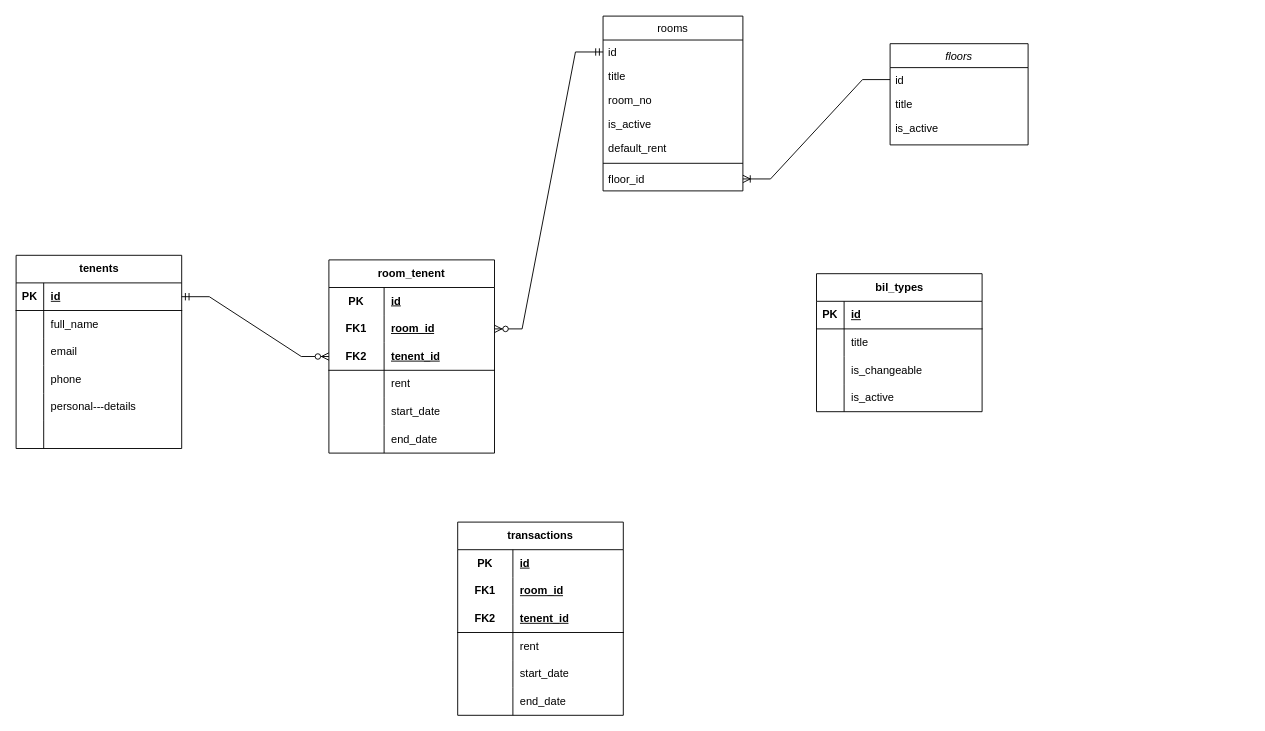
This is Untitled Diagram.drawio from grim-firefly/storage, a draw.io file, before an edit. Source tidied: cells renumbered, new cells numbered last; positions are measured from the earlier drawing's top-left corner, leaving out a move shared by most shapes. Both pictures are drawn from the tidied source at 92%, with x=0, y=0 at pixel (16, 16).
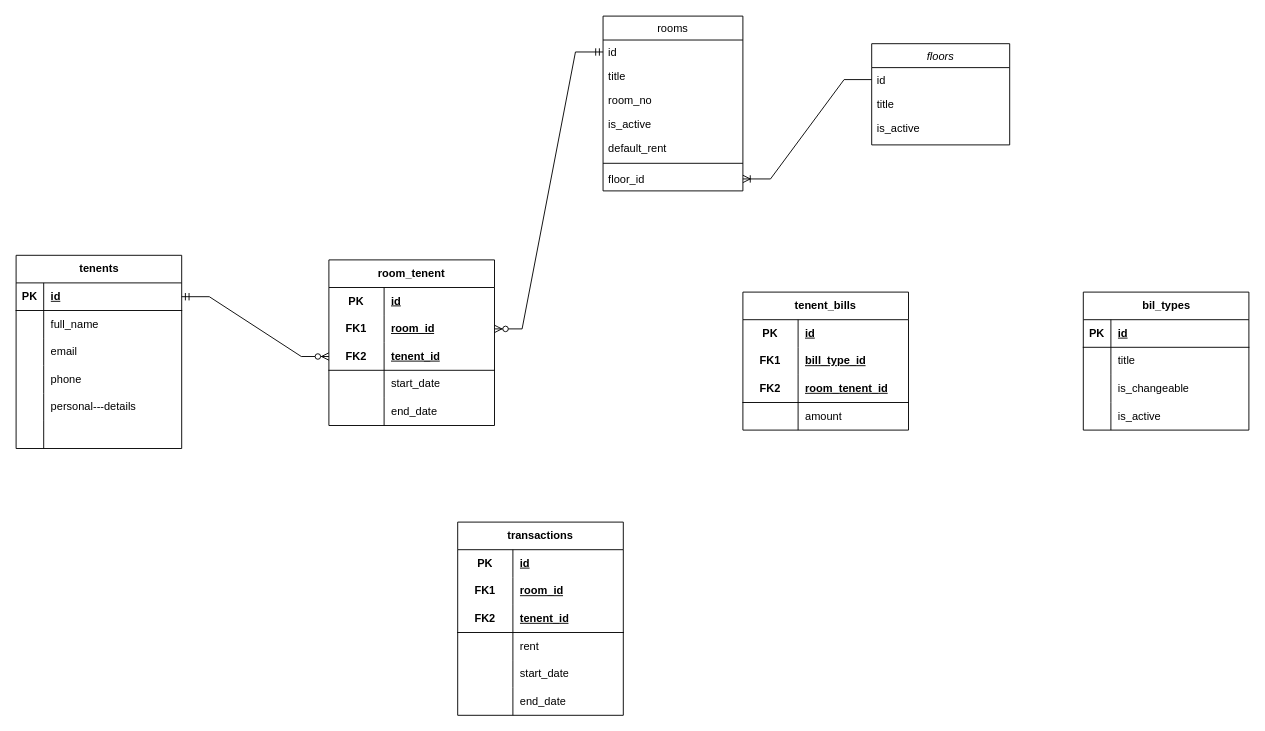
After the change.

Commit message:
Added Tenent Bill

Diff of the diagram source:
```diff
@@
     <mxCell id="2" value="floors" style="swimlane;fontStyle=2;align=center;verticalAlign=top;horizontal=1;startSize=26;rounded=0;shadow=0;strokeWidth=1;" parent="1" vertex="1">
-      <mxGeometry x="950" y="30" width="150" height="110" as="geometry" />
+      <mxGeometry x="930" y="30" width="150" height="110" as="geometry" />
     </mxCell>
@@
     <mxCell id="14" value="bil_types" style="shape=table;startSize=30;childLayout=tableLayout;rowLines=0;fontStyle=1;align=center;html=1;" parent="1" vertex="1">
-      <mxGeometry x="870" y="280" width="180" height="150" as="geometry" />
+      <mxGeometry x="1160" y="300" width="180" height="150" as="geometry" />
     </mxCell>
@@
     <mxCell id="47" value="room_tenent" style="shape=table;startSize=30;childLayout=tableLayout;rowLines=0;fontStyle=1;align=center;html=1;whiteSpace=wrap;" parent="1" vertex="1">
-      <mxGeometry x="340" y="265" width="180" height="210" as="geometry" />
+      <mxGeometry x="340" y="265" width="180" height="180" as="geometry" />
     </mxCell>
@@
-    <mxCell id="57" style="shape=tableRow;horizontal=0;startSize=0;swimlaneHead=0;swimlaneBody=0;fillColor=none;top=0;left=0;right=0;bottom=0;html=1;" parent="47" vertex="1">
-      <mxGeometry y="120" width="180" height="30" as="geometry" />
-    </mxCell>
-    <mxCell id="58" style="shape=partialRectangle;fillColor=none;top=0;left=0;bottom=0;right=0;overflow=hidden;html=1;whiteSpace=wrap;" parent="57" vertex="1">
-      <mxGeometry width="60" height="30" as="geometry" />
-    </mxCell>
-    <mxCell id="59" value="rent" style="shape=partialRectangle;fillColor=none;top=0;left=0;bottom=0;right=0;align=left;spacingLeft=6;overflow=hidden;html=1;whiteSpace=wrap;" parent="57" vertex="1">
-      <mxGeometry x="60" width="120" height="30" as="geometry" />
-    </mxCell>
     <mxCell id="60" style="shape=tableRow;horizontal=0;startSize=0;swimlaneHead=0;swimlaneBody=0;fillColor=none;top=0;left=0;right=0;bottom=0;html=1;" parent="47" vertex="1">
-      <mxGeometry y="150" width="180" height="30" as="geometry" />
+      <mxGeometry y="120" width="180" height="30" as="geometry" />
     </mxCell>
@@
     <mxCell id="63" style="shape=tableRow;horizontal=0;startSize=0;swimlaneHead=0;swimlaneBody=0;fillColor=none;top=0;left=0;right=0;bottom=0;html=1;" parent="47" vertex="1">
-      <mxGeometry y="180" width="180" height="30" as="geometry" />
+      <mxGeometry y="150" width="180" height="30" as="geometry" />
     </mxCell>
@@
+    <mxCell id="87" value="tenent_bills" style="shape=table;startSize=30;childLayout=tableLayout;rowLines=0;fontStyle=1;align=center;html=1;whiteSpace=wrap;" parent="1" vertex="1">
+      <mxGeometry x="790" y="300" width="180" height="150" as="geometry" />
+    </mxCell>
+    <mxCell id="88" style="shape=tableRow;horizontal=0;startSize=0;swimlaneHead=0;swimlaneBody=0;fillColor=none;top=0;left=0;right=0;bottom=0;html=1;" parent="87" vertex="1">
+      <mxGeometry y="30" width="180" height="30" as="geometry" />
+    </mxCell>
+    <mxCell id="89" value="PK" style="shape=partialRectangle;fillColor=none;top=0;left=0;bottom=0;right=0;fontStyle=1;overflow=hidden;html=1;whiteSpace=wrap;" parent="88" vertex="1">
+      <mxGeometry width="60" height="30" as="geometry" />
+    </mxCell>
+    <mxCell id="90" value="id" style="shape=partialRectangle;fillColor=none;top=0;left=0;bottom=0;right=0;align=left;spacingLeft=6;fontStyle=5;overflow=hidden;html=1;whiteSpace=wrap;" parent="88" vertex="1">
+      <mxGeometry x="60" width="120" height="30" as="geometry" />
+    </mxCell>
+    <mxCell id="91" style="shape=tableRow;horizontal=0;startSize=0;swimlaneHead=0;swimlaneBody=0;fillColor=none;top=0;left=0;right=0;bottom=0;html=1;" parent="87" vertex="1">
+      <mxGeometry y="60" width="180" height="30" as="geometry" />
+    </mxCell>
+    <mxCell id="92" value="FK1" style="shape=partialRectangle;fillColor=none;top=0;left=0;bottom=0;right=0;fontStyle=1;overflow=hidden;html=1;whiteSpace=wrap;" parent="91" vertex="1">
+      <mxGeometry width="60" height="30" as="geometry" />
+    </mxCell>
+    <mxCell id="93" value="bill_type_id" style="shape=partialRectangle;fillColor=none;top=0;left=0;bottom=0;right=0;align=left;spacingLeft=6;fontStyle=5;overflow=hidden;html=1;whiteSpace=wrap;" parent="91" vertex="1">
+      <mxGeometry x="60" width="120" height="30" as="geometry" />
+    </mxCell>
+    <mxCell id="94" style="shape=tableRow;horizontal=0;startSize=0;swimlaneHead=0;swimlaneBody=0;fillColor=none;top=0;left=0;right=0;bottom=1;html=1;" parent="87" vertex="1">
+      <mxGeometry y="90" width="180" height="30" as="geometry" />
+    </mxCell>
+    <mxCell id="95" value="FK2" style="shape=partialRectangle;fillColor=none;top=0;left=0;bottom=0;right=0;fontStyle=1;overflow=hidden;html=1;whiteSpace=wrap;" parent="94" vertex="1">
+      <mxGeometry width="60" height="30" as="geometry" />
+    </mxCell>
+    <mxCell id="96" value="room_tenent_id" style="shape=partialRectangle;fillColor=none;top=0;left=0;bottom=0;right=0;align=left;spacingLeft=6;fontStyle=5;overflow=hidden;html=1;whiteSpace=wrap;" parent="94" vertex="1">
+      <mxGeometry x="60" width="120" height="30" as="geometry" />
+    </mxCell>
+    <mxCell id="57" style="shape=tableRow;horizontal=0;startSize=0;swimlaneHead=0;swimlaneBody=0;fillColor=none;top=0;left=0;right=0;bottom=0;html=1;" parent="87" vertex="1">
+      <mxGeometry y="120" width="180" height="30" as="geometry" />
+    </mxCell>
+    <mxCell id="58" style="shape=partialRectangle;fillColor=none;top=0;left=0;bottom=0;right=0;overflow=hidden;html=1;whiteSpace=wrap;" parent="57" vertex="1">
+      <mxGeometry width="60" height="30" as="geometry" />
+    </mxCell>
+    <mxCell id="97" value="amount" style="shape=partialRectangle;fillColor=none;top=0;left=0;bottom=0;right=0;align=left;spacingLeft=6;overflow=hidden;html=1;whiteSpace=wrap;" parent="57" vertex="1">
+      <mxGeometry x="60" width="120" height="30" as="geometry" />
+    </mxCell>
```
